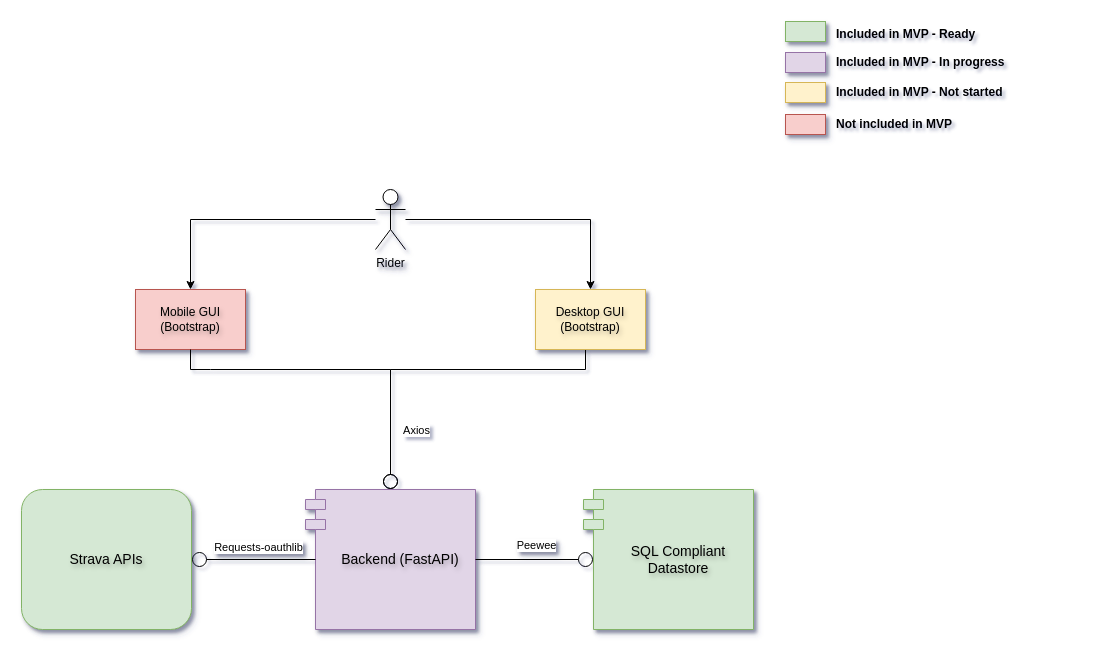
Earlier version of the draw.io diagram page "System overview" (1 of 7) of docs/all_diagrams.drawio (xivind/velo-supervisor-2000). Source tidied: cells renumbered, new cells numbered last; positions are measured from the earlier drawing's top-left corner, leaving out a move shared by most shapes. Both pictures are drawn from the tidied source at 100%, with x=0, y=0 at pixel (21, 19).
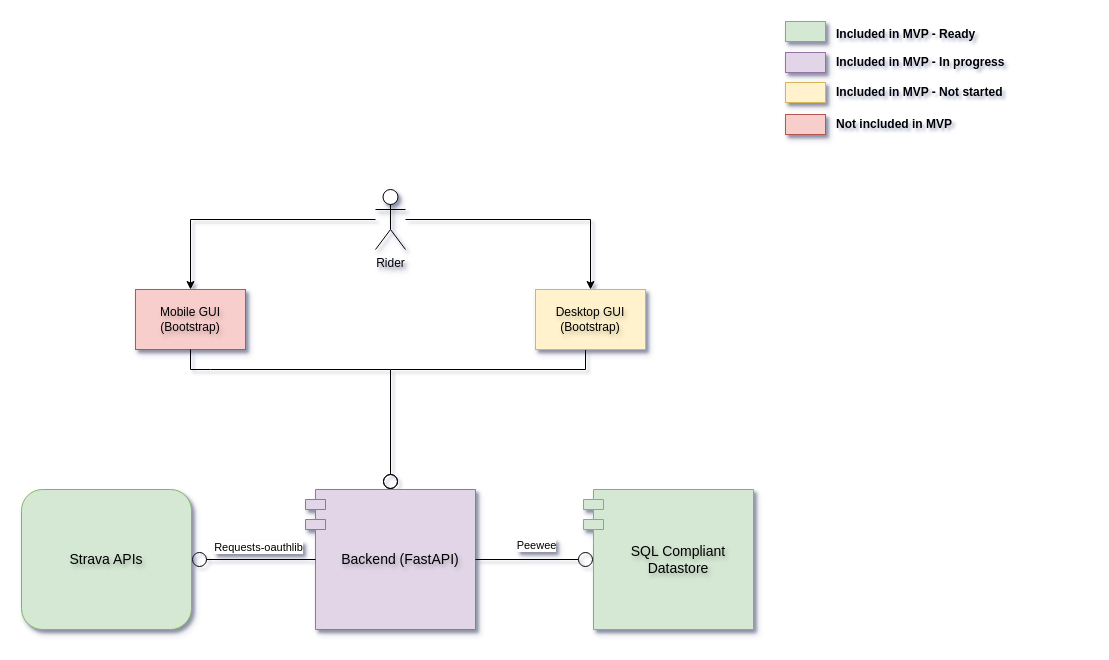
After the change.

Commit message:
Changes to system overview

The change refers to these unchanged cells:
```xml
<mxCell id="3" style="edgeStyle=orthogonalEdgeStyle;rounded=0;jettySize=auto;html=1;endArrow=circle;endFill=0;textShadow=1;exitX=0.5;exitY=1;exitDx=0;exitDy=0;entryX=0.5;entryY=0;entryDx=0;entryDy=0;" parent="1" edge="1" source="5" target="6">
  <mxGeometry relative="1" as="geometry">
    <Array as="points">
      <mxPoint x="564" y="330" />
      <mxPoint x="564" y="350" />
      <mxPoint x="369" y="350" />
    </Array>
  </mxGeometry>
</mxCell>
```

Diff of the diagram source:
```diff
@@
-    <mxCell id="4" value="Axios" style="edgeLabel;html=1;align=center;verticalAlign=middle;" parent="3" vertex="1">
-      <mxGeometry x="0.06" y="-3" relative="1" as="geometry">
-        <mxPoint x="-15" y="63" as="offset" />
-      </mxGeometry>
-    </mxCell>
```
